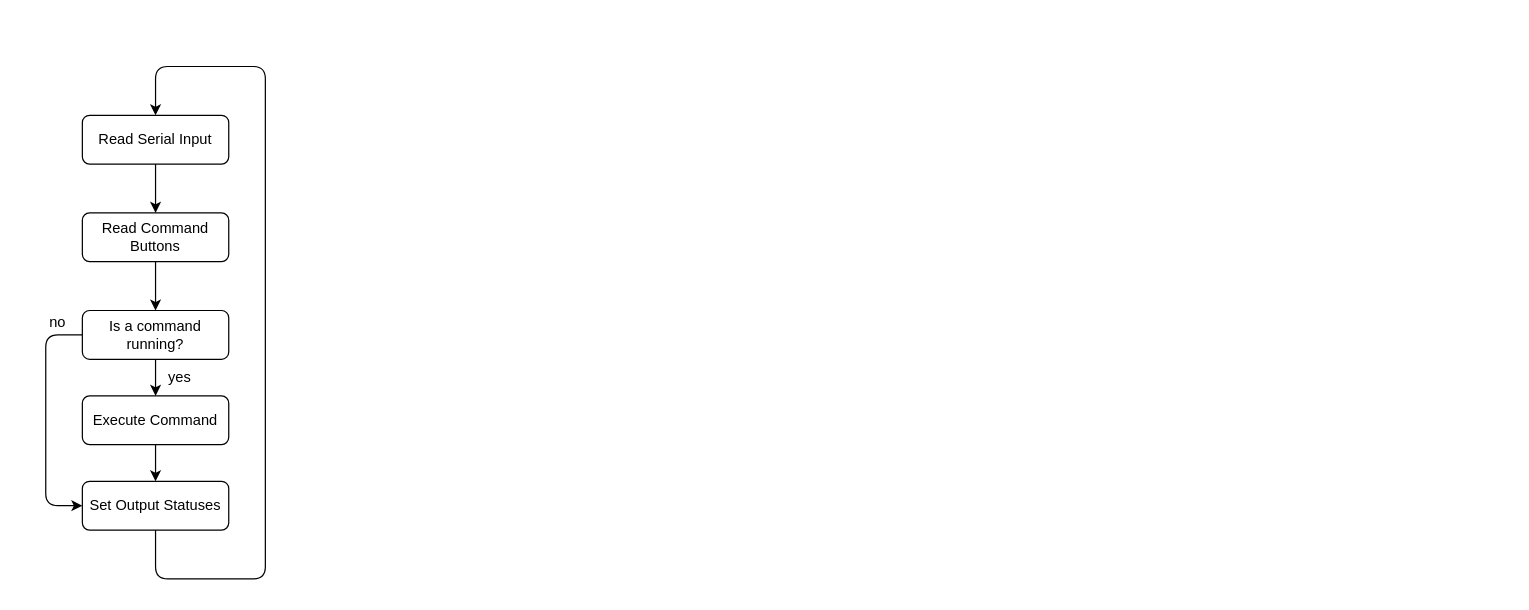
The draw.io diagram prototyping-documentation/software-block-diagram.drawio in pdnelson/Automatic-Turntable-STM-01, before the edit. Source tidied: cells renumbered, new cells numbered last; positions are measured from the earlier drawing's top-left corner, leaving out a move shared by most shapes. Both pictures are drawn from the tidied source at 122%, with x=0, y=0 at pixel (21, 66).
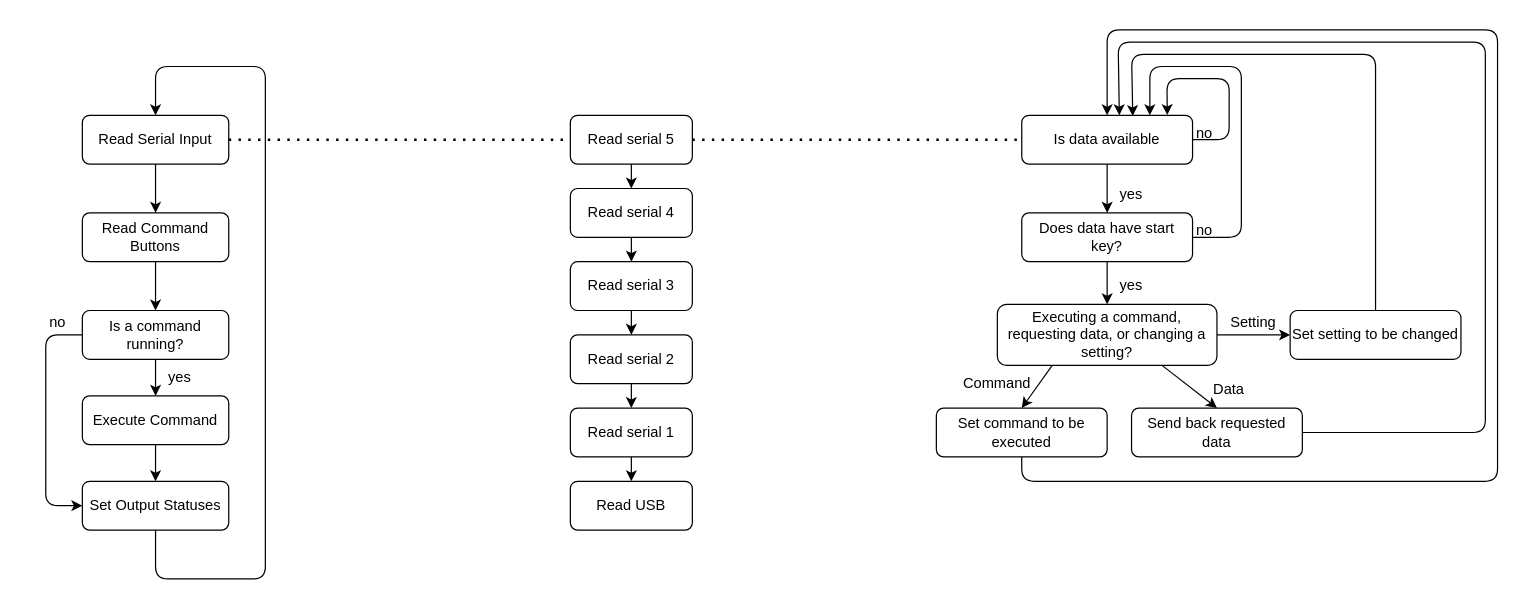
The same diagram, later.

Commit message:
Add more detail regarding serial comm to software block diagram

The change refers to these unchanged cells:
```xml
<mxCell id="5" value="Read Serial Input" style="rounded=1;whiteSpace=wrap;html=1;" parent="1" vertex="1">
  <mxGeometry x="50" y="40" width="120" height="40" as="geometry" />
</mxCell>
```

Change to the diagram source:
```diff
@@
+    <mxCell id="15" style="endArrow=none;dashed=1;html=1;dashPattern=1 3;strokeWidth=2;exitX=1;exitY=0.5;exitDx=0;exitDy=0;" parent="1" edge="1" source="5" target="17">
+      <mxGeometry relative="1" as="geometry" />
+    </mxCell>
+    <mxCell id="16" style="edgeStyle=none;html=1;exitX=0.5;exitY=1;exitDx=0;exitDy=0;entryX=0.5;entryY=0;entryDx=0;entryDy=0;" parent="1" edge="1" source="17" target="19">
+      <mxGeometry relative="1" as="geometry" />
+    </mxCell>
+    <mxCell id="17" value="Read serial 5" style="rounded=1;whiteSpace=wrap;html=1;" parent="1" vertex="1">
+      <mxGeometry x="450" y="40" width="100" height="40" as="geometry" />
+    </mxCell>
+    <mxCell id="18" style="edgeStyle=none;html=1;exitX=0.5;exitY=1;exitDx=0;exitDy=0;entryX=0.5;entryY=0;entryDx=0;entryDy=0;" parent="1" edge="1" source="19" target="21">
+      <mxGeometry relative="1" as="geometry" />
+    </mxCell>
+    <mxCell id="19" value="Read serial 4" style="rounded=1;whiteSpace=wrap;html=1;" parent="1" vertex="1">
+      <mxGeometry x="450" y="100" width="100" height="40" as="geometry" />
+    </mxCell>
+    <mxCell id="20" style="edgeStyle=none;html=1;exitX=0.5;exitY=1;exitDx=0;exitDy=0;entryX=0.5;entryY=0;entryDx=0;entryDy=0;" parent="1" edge="1" source="21" target="23">
+      <mxGeometry relative="1" as="geometry" />
+    </mxCell>
+    <mxCell id="21" value="Read serial 3" style="rounded=1;whiteSpace=wrap;html=1;" parent="1" vertex="1">
+      <mxGeometry x="450" y="160" width="100" height="40" as="geometry" />
+    </mxCell>
+    <mxCell id="22" style="edgeStyle=none;html=1;exitX=0.5;exitY=1;exitDx=0;exitDy=0;entryX=0.5;entryY=0;entryDx=0;entryDy=0;" parent="1" edge="1" source="23" target="25">
+      <mxGeometry relative="1" as="geometry" />
+    </mxCell>
+    <mxCell id="23" value="Read serial 2" style="rounded=1;whiteSpace=wrap;html=1;" parent="1" vertex="1">
+      <mxGeometry x="450" y="220" width="100" height="40" as="geometry" />
+    </mxCell>
+    <mxCell id="24" style="edgeStyle=none;html=1;exitX=0.5;exitY=1;exitDx=0;exitDy=0;entryX=0.5;entryY=0;entryDx=0;entryDy=0;" parent="1" edge="1" source="25" target="26">
+      <mxGeometry relative="1" as="geometry" />
+    </mxCell>
+    <mxCell id="25" value="Read serial 1" style="rounded=1;whiteSpace=wrap;html=1;" parent="1" vertex="1">
+      <mxGeometry x="450" y="280" width="100" height="40" as="geometry" />
+    </mxCell>
+    <mxCell id="26" value="Read USB" style="rounded=1;whiteSpace=wrap;html=1;" parent="1" vertex="1">
+      <mxGeometry x="450" y="340" width="100" height="40" as="geometry" />
+    </mxCell>
+    <mxCell id="27" style="endArrow=none;dashed=1;html=1;dashPattern=1 3;strokeWidth=2;exitX=1;exitY=0.5;exitDx=0;exitDy=0;" parent="1" edge="1" source="17" target="29">
+      <mxGeometry relative="1" as="geometry" />
+    </mxCell>
+    <mxCell id="28" style="edgeStyle=none;html=1;exitX=0.5;exitY=1;exitDx=0;exitDy=0;entryX=0.5;entryY=0;entryDx=0;entryDy=0;" parent="1" edge="1" source="29" target="34">
+      <mxGeometry relative="1" as="geometry" />
+    </mxCell>
+    <mxCell id="29" value="Is data available" style="rounded=1;whiteSpace=wrap;html=1;" parent="1" vertex="1">
+      <mxGeometry x="820" y="40" width="140" height="40" as="geometry" />
+    </mxCell>
+    <mxCell id="30" style="endArrow=classic;html=1;exitX=1;exitY=0.5;exitDx=0;exitDy=0;entryX=0.852;entryY=-0.004;entryDx=0;entryDy=0;entryPerimeter=0;" parent="1" edge="1" source="29" target="29">
+      <mxGeometry relative="1" as="geometry">
+        <Array as="points">
+          <mxPoint x="990" y="60" />
+          <mxPoint x="990" y="10" />
+          <mxPoint x="939" y="10" />
+        </Array>
+      </mxGeometry>
+    </mxCell>
+    <mxCell id="31" value="no" style="text;html=1;align=center;verticalAlign=middle;whiteSpace=wrap;rounded=0;" parent="1" vertex="1">
+      <mxGeometry x="940" y="40" width="60" height="30" as="geometry" />
+    </mxCell>
+    <mxCell id="32" value="yes" style="text;html=1;align=center;verticalAlign=middle;whiteSpace=wrap;rounded=0;" parent="1" vertex="1">
+      <mxGeometry x="880" y="90" width="60" height="30" as="geometry" />
+    </mxCell>
+    <mxCell id="33" style="edgeStyle=none;html=1;exitX=0.5;exitY=1;exitDx=0;exitDy=0;entryX=0.5;entryY=0;entryDx=0;entryDy=0;" parent="1" edge="1" source="34" target="39">
+      <mxGeometry relative="1" as="geometry" />
+    </mxCell>
+    <mxCell id="34" value="Does data have start key?" style="rounded=1;whiteSpace=wrap;html=1;" parent="1" vertex="1">
+      <mxGeometry x="820" y="120" width="140" height="40" as="geometry" />
+    </mxCell>
+    <mxCell id="35" style="endArrow=classic;html=1;exitX=1;exitY=0.5;exitDx=0;exitDy=0;entryX=0.75;entryY=0;entryDx=0;entryDy=0;" parent="1" edge="1" source="34" target="29">
+      <mxGeometry relative="1" as="geometry">
+        <Array as="points">
+          <mxPoint x="1000" y="140" />
+          <mxPoint x="1000" />
+          <mxPoint x="925" />
+        </Array>
+      </mxGeometry>
+    </mxCell>
+    <mxCell id="36" value="no" style="text;html=1;align=center;verticalAlign=middle;whiteSpace=wrap;rounded=0;" parent="1" vertex="1">
+      <mxGeometry x="940" y="120" width="60" height="30" as="geometry" />
+    </mxCell>
+    <mxCell id="37" style="edgeStyle=none;html=1;exitX=0.75;exitY=1;exitDx=0;exitDy=0;entryX=0.5;entryY=0;entryDx=0;entryDy=0;" parent="1" edge="1" source="39" target="43">
+      <mxGeometry relative="1" as="geometry" />
+    </mxCell>
+    <mxCell id="38" style="edgeStyle=none;html=1;exitX=1;exitY=0.5;exitDx=0;exitDy=0;entryX=0;entryY=0.5;entryDx=0;entryDy=0;" parent="1" edge="1" source="39" target="44">
+      <mxGeometry relative="1" as="geometry" />
+    </mxCell>
+    <mxCell id="39" value="Executing a command, requesting data, or changing a setting?" style="rounded=1;whiteSpace=wrap;html=1;" parent="1" vertex="1">
+      <mxGeometry x="800" y="195" width="180" height="50" as="geometry" />
+    </mxCell>
+    <mxCell id="40" style="edgeStyle=none;html=1;exitX=0.5;exitY=1;exitDx=0;exitDy=0;entryX=0.5;entryY=0;entryDx=0;entryDy=0;" parent="1" edge="1" source="41" target="29">
+      <mxGeometry relative="1" as="geometry">
+        <Array as="points">
+          <mxPoint x="820" y="340" />
+          <mxPoint x="1210" y="340" />
+          <mxPoint x="1210" y="-30" />
+          <mxPoint x="890" y="-30" />
+        </Array>
+      </mxGeometry>
+    </mxCell>
+    <mxCell id="41" value="Set command to be executed" style="rounded=1;whiteSpace=wrap;html=1;" parent="1" vertex="1">
+      <mxGeometry x="750" y="280" width="140" height="40" as="geometry" />
+    </mxCell>
+    <mxCell id="42" style="edgeStyle=none;html=1;exitX=1;exitY=0.5;exitDx=0;exitDy=0;" parent="1" edge="1" source="43">
+      <mxGeometry relative="1" as="geometry">
+        <mxPoint x="900" y="40" as="targetPoint" />
+        <Array as="points">
+          <mxPoint x="1200" y="300" />
+          <mxPoint x="1200" y="-20" />
+          <mxPoint x="899" y="-20" />
+        </Array>
+      </mxGeometry>
+    </mxCell>
+    <mxCell id="43" value="Send back requested data" style="rounded=1;whiteSpace=wrap;html=1;" parent="1" vertex="1">
+      <mxGeometry x="910" y="280" width="140" height="40" as="geometry" />
+    </mxCell>
+    <mxCell id="44" value="Set setting to be changed" style="rounded=1;whiteSpace=wrap;html=1;" parent="1" vertex="1">
+      <mxGeometry x="1040" y="200" width="140" height="40" as="geometry" />
+    </mxCell>
+    <mxCell id="45" style="endArrow=classic;html=1;exitX=0.25;exitY=1;exitDx=0;exitDy=0;entryX=0.5;entryY=0;entryDx=0;entryDy=0;" parent="1" edge="1" source="39" target="41">
+      <mxGeometry relative="1" as="geometry" />
+    </mxCell>
+    <mxCell id="46" value="Command" style="text;html=1;align=center;verticalAlign=middle;whiteSpace=wrap;rounded=0;" parent="1" vertex="1">
+      <mxGeometry x="770" y="245" width="60" height="30" as="geometry" />
+    </mxCell>
+    <mxCell id="47" value="Data" style="text;html=1;align=center;verticalAlign=middle;whiteSpace=wrap;rounded=0;" parent="1" vertex="1">
+      <mxGeometry x="960" y="250" width="60" height="30" as="geometry" />
+    </mxCell>
+    <mxCell id="48" value="Setting" style="text;html=1;align=center;verticalAlign=middle;whiteSpace=wrap;rounded=0;" parent="1" vertex="1">
+      <mxGeometry x="980" y="195" width="60" height="30" as="geometry" />
+    </mxCell>
+    <mxCell id="49" style="edgeStyle=none;html=1;exitX=0.5;exitY=0;exitDx=0;exitDy=0;entryX=0.65;entryY=0.017;entryDx=0;entryDy=0;entryPerimeter=0;" parent="1" edge="1" source="44" target="29">
+      <mxGeometry relative="1" as="geometry">
+        <Array as="points">
+          <mxPoint x="1110" y="-10" />
+          <mxPoint x="910" y="-10" />
+        </Array>
+      </mxGeometry>
+    </mxCell>
+    <mxCell id="50" value="yes" style="text;html=1;align=center;verticalAlign=middle;whiteSpace=wrap;rounded=0;" parent="1" vertex="1">
+      <mxGeometry x="880" y="165" width="60" height="30" as="geometry" />
+    </mxCell>
```
